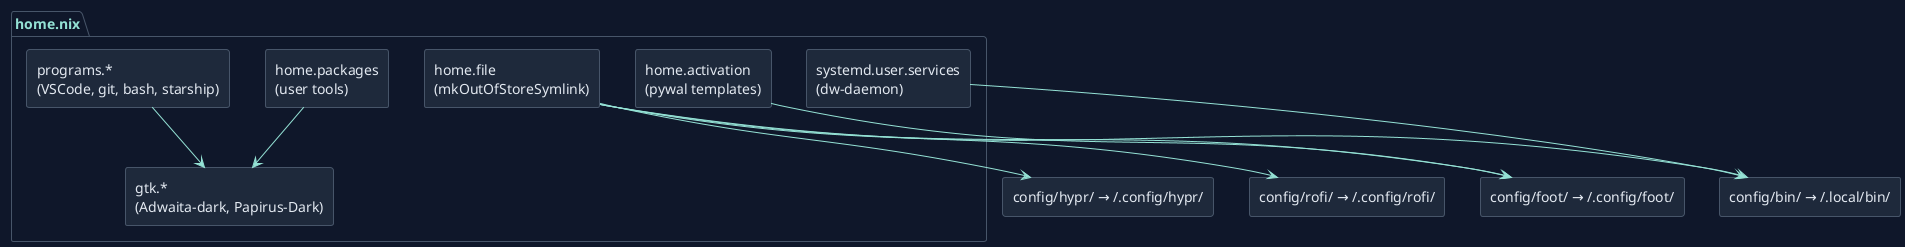
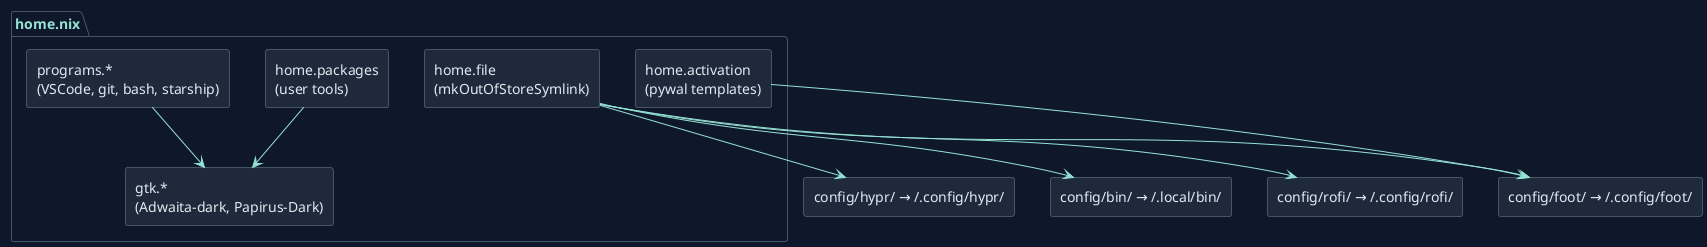
@startuml user-layer
!theme plain
skinparam backgroundColor #0f172a
skinparam defaultFontColor #e2e8f0
skinparam arrowColor #94e2d5
skinparam borderColor #475569
skinparam shadowing false

skinparam rectangle {
  BackgroundColor #1e293b
  BorderColor #475569
  FontColor #e2e8f0
}
skinparam package {
  BackgroundColor #0f172a
  BorderColor #475569
  FontColor #94e2d5
}

package "home.nix" {
  rectangle "home.file\n(mkOutOfStoreSymlink)" as dotfiles
  rectangle "home.packages\n(user tools)" as pkgs
  rectangle "programs.*\n(VSCode, git, bash, starship)" as progs
  rectangle "gtk.*\n(Adwaita-dark, Papirus-Dark)" as gtk
-   rectangle "systemd.user.services\n(dw-daemon)" as svc
  rectangle "home.activation\n(pywal templates)" as act
}

rectangle "config/hypr/ → ~/.config/hypr/" as hypr
rectangle "config/rofi/ → ~/.config/rofi/" as rofi
rectangle "config/foot/ → ~/.config/foot/" as foot
rectangle "config/bin/ → ~/.local/bin/" as bin

dotfiles --> hypr
dotfiles --> rofi
dotfiles --> foot
dotfiles --> bin
pkgs --> gtk
progs --> gtk
- svc --> bin
act --> foot

@enduml
